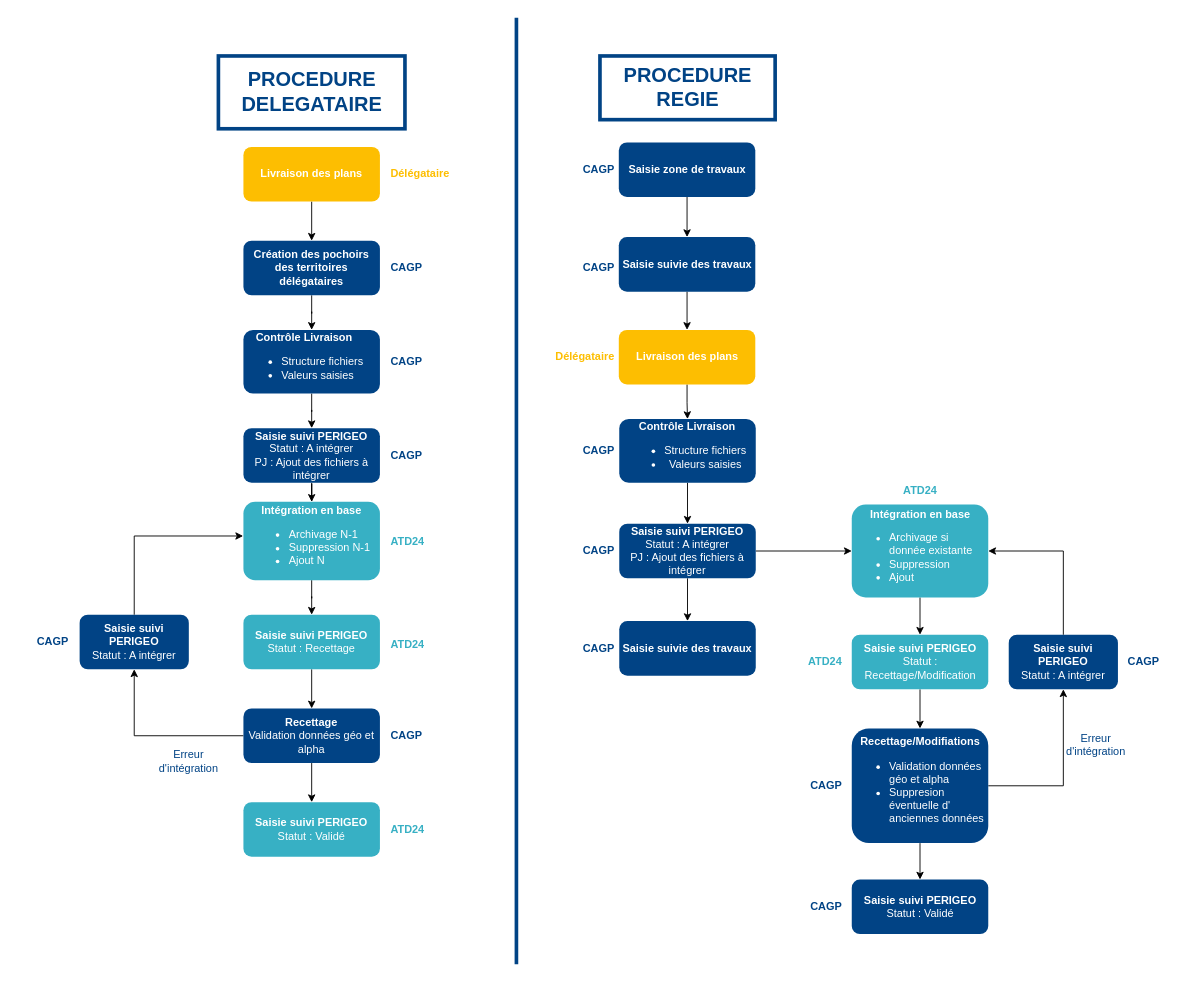
Earlier version of the draw.io diagram procedure_ass.drawio (eprouteau/perigeo). Source tidied: cells renumbered, new cells numbered last; positions are measured from the earlier drawing's top-left corner, leaving out a move shared by most shapes. Both pictures are drawn from the tidied source at 91%, with x=0, y=0 at pixel (15, 17).
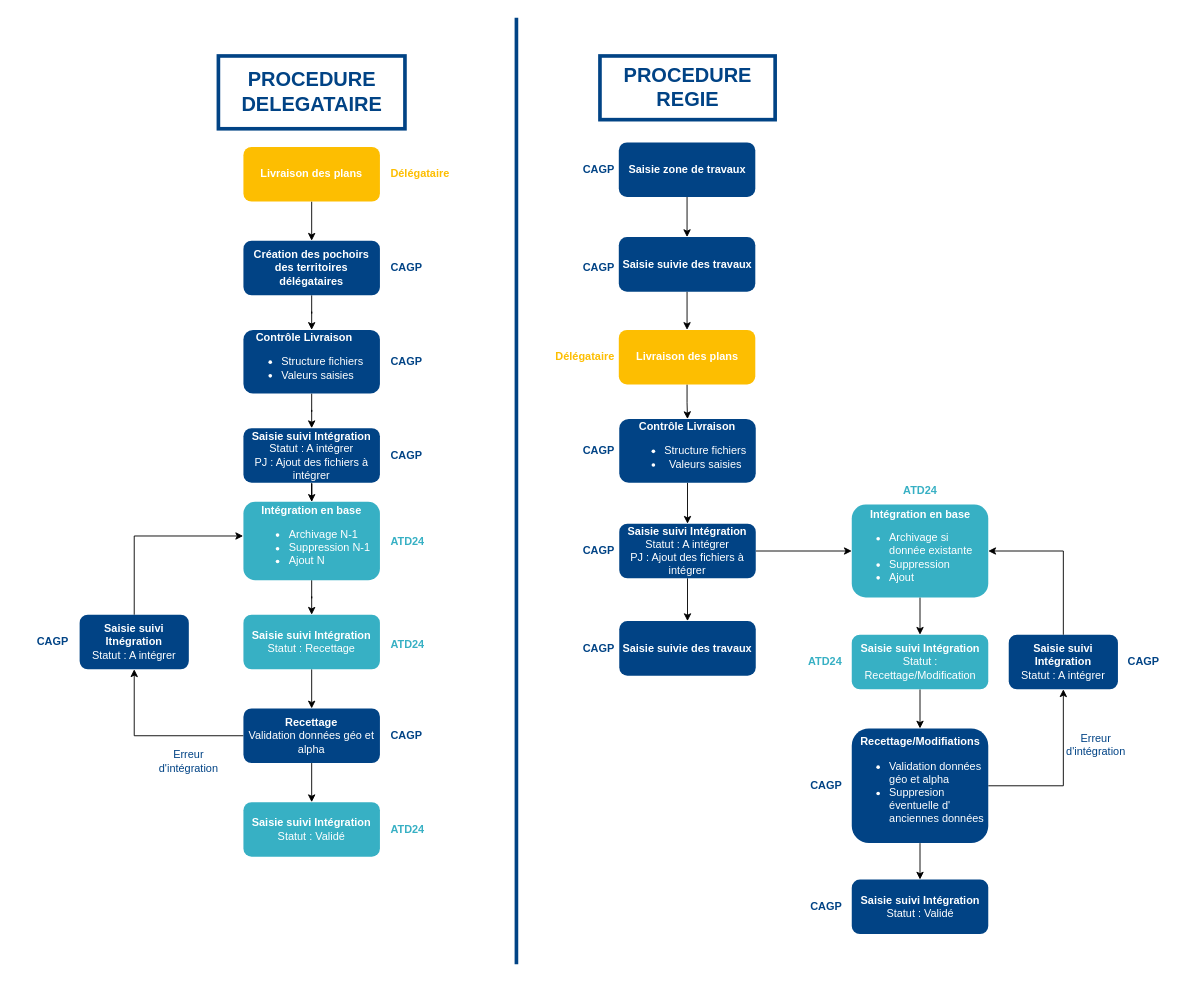
The same diagram, later.

Commit message (it also covers changes not shown here):
Mettre à jour procedure_ass.drawio

The edit, as a diff of the source:
```diff
@@
-    <mxCell id="5" value="&lt;b&gt;Saisie suivi PERIGEO&lt;/b&gt;&lt;div&gt;Statut : A intégrer&lt;/div&gt;&lt;div&gt;PJ : Ajout des fichiers à intégrer&lt;/div&gt;" style="rounded=1;whiteSpace=wrap;html=1;fillColor=#014385;strokeColor=none;fontColor=#FFFFFF;" parent="1" vertex="1">
+    <mxCell id="5" value="&lt;b&gt;Saisie suivi Intégration&lt;/b&gt;&lt;div&gt;Statut : A intégrer&lt;/div&gt;&lt;div&gt;PJ : Ajout des fichiers à intégrer&lt;/div&gt;" style="rounded=1;whiteSpace=wrap;html=1;fillColor=#014385;strokeColor=none;fontColor=#FFFFFF;" parent="1" vertex="1">
       <mxGeometry x="250" y="451" width="150" height="60" as="geometry" />
     </mxCell>
@@
-    <mxCell id="9" value="&lt;b&gt;Saisie suivi PERIGEO&lt;/b&gt;&lt;div&gt;Statut : Recettage&lt;/div&gt;" style="rounded=1;whiteSpace=wrap;html=1;align=center;verticalAlign=middle;fontFamily=Helvetica;fontSize=12;fontColor=#FFFFFF;fillColor=#37B0C4;strokeColor=none;" parent="1" vertex="1">
+    <mxCell id="9" value="&lt;b&gt;Saisie suivi Intégration&lt;/b&gt;&lt;div&gt;Statut : Recettage&lt;/div&gt;" style="rounded=1;whiteSpace=wrap;html=1;align=center;verticalAlign=middle;fontFamily=Helvetica;fontSize=12;fontColor=#FFFFFF;fillColor=#37B0C4;strokeColor=none;" parent="1" vertex="1">
       <mxGeometry x="250" y="656" width="150" height="60" as="geometry" />
     </mxCell>
@@
-    <mxCell id="13" value="&lt;b&gt;Saisie suivi PERIGEO&lt;/b&gt;&lt;div&gt;Statut : Validé&lt;/div&gt;" style="rounded=1;whiteSpace=wrap;html=1;align=center;verticalAlign=middle;fontFamily=Helvetica;fontSize=12;fontColor=#FFFFFF;fillColor=#37B0C4;strokeColor=none;" parent="1" vertex="1">
+    <mxCell id="13" value="&lt;b&gt;Saisie suivi Intégration&lt;/b&gt;&lt;div&gt;Statut : Validé&lt;/div&gt;" style="rounded=1;whiteSpace=wrap;html=1;align=center;verticalAlign=middle;fontFamily=Helvetica;fontSize=12;fontColor=#FFFFFF;fillColor=#37B0C4;strokeColor=none;" parent="1" vertex="1">
       <mxGeometry x="250" y="862" width="150" height="60" as="geometry" />
     </mxCell>
@@
-    <mxCell id="16" value="&lt;b&gt;Saisie suivi PERIGEO&lt;/b&gt;&lt;div&gt;Statut : A intégrer&lt;/div&gt;" style="rounded=1;whiteSpace=wrap;html=1;strokeColor=none;align=center;verticalAlign=middle;fontFamily=Helvetica;fontSize=12;fontColor=#FFFFFF;fillColor=#014385;" parent="1" vertex="1">
+    <mxCell id="16" value="&lt;b&gt;Saisie suivi Itnégration&lt;/b&gt;&lt;div&gt;Statut : A intégrer&lt;/div&gt;" style="rounded=1;whiteSpace=wrap;html=1;strokeColor=none;align=center;verticalAlign=middle;fontFamily=Helvetica;fontSize=12;fontColor=#FFFFFF;fillColor=#014385;" parent="1" vertex="1">
       <mxGeometry x="70" y="656" width="120" height="60" as="geometry" />
     </mxCell>
@@
-    <mxCell id="30" value="&lt;b&gt;Saisie suivi PERIGEO&lt;/b&gt;&lt;div&gt;Statut : A intégrer&lt;/div&gt;&lt;div&gt;PJ : Ajout des fichiers à intégrer&lt;/div&gt;" style="rounded=1;whiteSpace=wrap;html=1;strokeColor=none;align=center;verticalAlign=middle;fontFamily=Helvetica;fontSize=12;fontColor=#FFFFFF;fillColor=#014385;" parent="1" vertex="1">
+    <mxCell id="30" value="&lt;b&gt;Saisie suivi Intégration&lt;/b&gt;&lt;div&gt;Statut : A intégrer&lt;/div&gt;&lt;div&gt;PJ : Ajout des fichiers à intégrer&lt;/div&gt;" style="rounded=1;whiteSpace=wrap;html=1;strokeColor=none;align=center;verticalAlign=middle;fontFamily=Helvetica;fontSize=12;fontColor=#FFFFFF;fillColor=#014385;" parent="1" vertex="1">
       <mxGeometry x="663" y="556" width="150" height="60" as="geometry" />
     </mxCell>
@@
-    <mxCell id="34" value="&lt;b&gt;Saisie suivi PERIGEO&lt;/b&gt;&lt;div&gt;Statut : Recettage/Modification&lt;/div&gt;" style="rounded=1;whiteSpace=wrap;html=1;align=center;verticalAlign=middle;fontFamily=Helvetica;fontSize=12;fontColor=#FFFFFF;fillColor=#37B0C4;strokeColor=none;" parent="1" vertex="1">
+    <mxCell id="34" value="&lt;b&gt;Saisie suivi&amp;nbsp;&lt;/b&gt;&lt;b&gt;Intégration&lt;/b&gt;&lt;div&gt;Statut : Recettage/Modification&lt;/div&gt;" style="rounded=1;whiteSpace=wrap;html=1;align=center;verticalAlign=middle;fontFamily=Helvetica;fontSize=12;fontColor=#FFFFFF;fillColor=#37B0C4;strokeColor=none;" parent="1" vertex="1">
       <mxGeometry x="918.5" y="678" width="150" height="60" as="geometry" />
     </mxCell>
@@
-    <mxCell id="38" value="&lt;b&gt;Saisie suivi PERIGEO&lt;/b&gt;&lt;div&gt;Statut : Validé&lt;/div&gt;" style="rounded=1;whiteSpace=wrap;html=1;align=center;verticalAlign=middle;fontFamily=Helvetica;fontSize=12;fontColor=#FFFFFF;fillColor=#014385;strokeColor=none;" parent="1" vertex="1">
+    <mxCell id="38" value="&lt;b&gt;Saisie suivi&amp;nbsp;&lt;/b&gt;&lt;b&gt;Intégration&lt;/b&gt;&lt;div&gt;Statut : Validé&lt;/div&gt;" style="rounded=1;whiteSpace=wrap;html=1;align=center;verticalAlign=middle;fontFamily=Helvetica;fontSize=12;fontColor=#FFFFFF;fillColor=#014385;strokeColor=none;" parent="1" vertex="1">
       <mxGeometry x="918.5" y="947" width="150" height="60" as="geometry" />
     </mxCell>
-    <mxCell id="39" value="&lt;b&gt;Saisie suivi PERIGEO&lt;/b&gt;&lt;div&gt;Statut : A intégrer&lt;/div&gt;" style="rounded=1;whiteSpace=wrap;html=1;align=center;verticalAlign=middle;fontFamily=Helvetica;fontSize=12;fontColor=#FFFFFF;fillColor=#014385;strokeColor=none;" parent="1" vertex="1">
+    <mxCell id="39" value="&lt;b&gt;Saisie suivi Intégration&lt;/b&gt;&lt;div&gt;Statut : A intégrer&lt;/div&gt;" style="rounded=1;whiteSpace=wrap;html=1;align=center;verticalAlign=middle;fontFamily=Helvetica;fontSize=12;fontColor=#FFFFFF;fillColor=#014385;strokeColor=none;" parent="1" vertex="1">
       <mxGeometry x="1091" y="678" width="120" height="60" as="geometry" />
     </mxCell>
```
